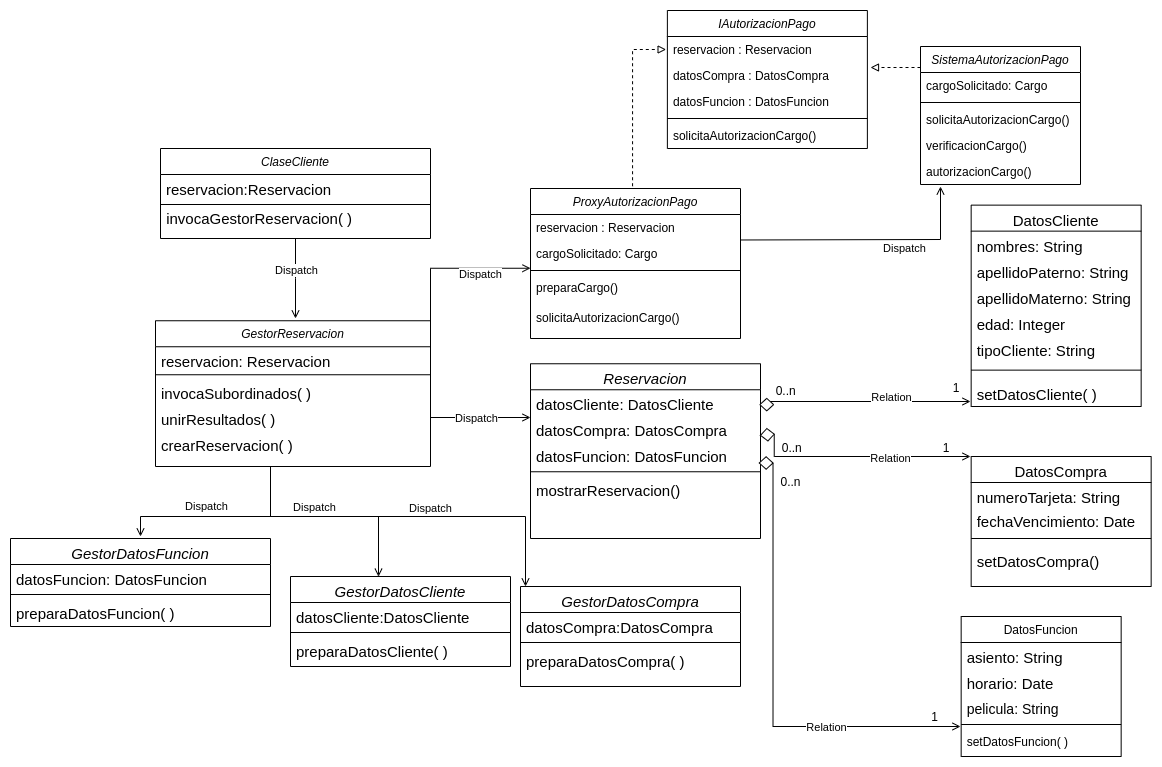
The draw.io diagram diagramas/MASTER_SLAVE_WHOLE_PART_PROXY.png in Josemarialanda/PDAS-proyecto-final, before a commit. Source tidied: cells renumbered, new cells last; positions are measured from the earlier drawing's top-left corner, leaving out a move shared by most shapes.
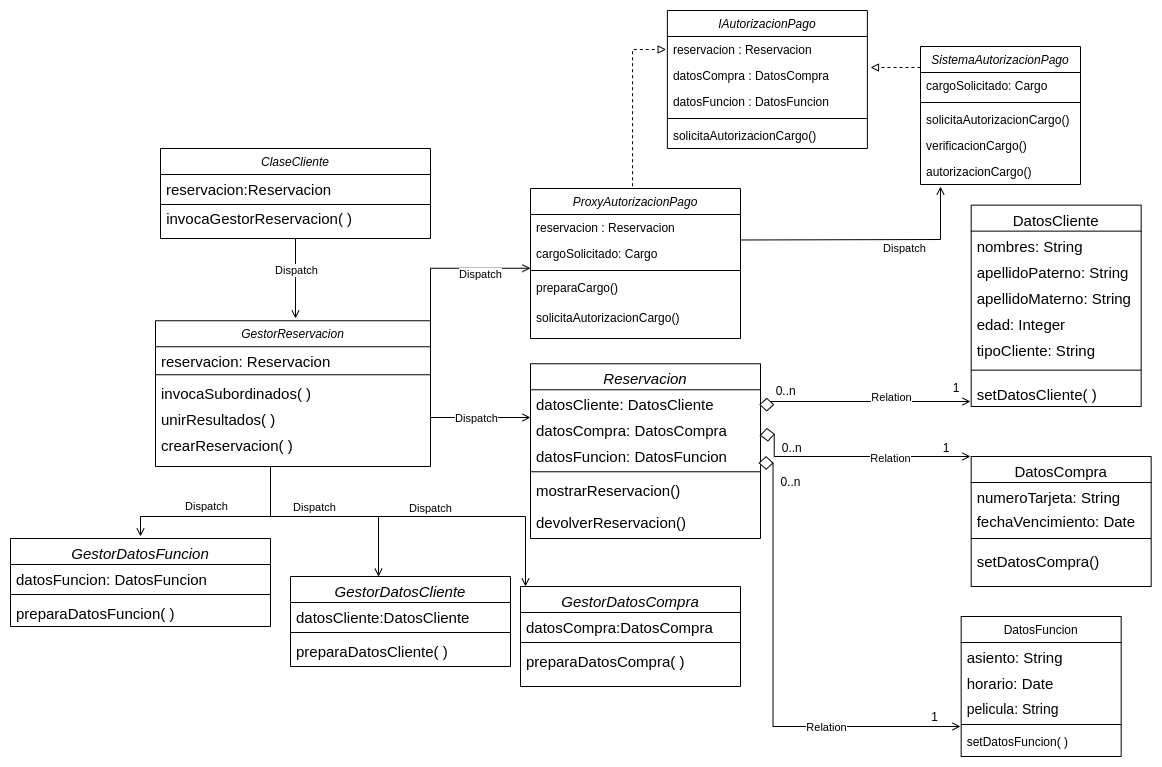
After the commit.

Commit message:
deleted useless methods, new diagram

The edit, as a diff of the source:
```diff
@@ -20,6 +20,9 @@
     <mxCell id="7" value="mostrarReservacion()" style="text;align=left;verticalAlign=top;spacingLeft=4;spacingRight=4;overflow=hidden;fontSize=15;" parent="2" vertex="1">
       <mxGeometry y="112" width="230" height="31.4" as="geometry" />
     </mxCell>
+    <mxCell id="98" value="devolverReservacion()" style="text;align=left;verticalAlign=top;spacingLeft=4;spacingRight=4;overflow=hidden;fontSize=15;" parent="2" vertex="1">
+      <mxGeometry y="143.4" width="230" height="31.4" as="geometry" />
+    </mxCell>
     <mxCell id="8" value="DatosFuncion" style="swimlane;fontStyle=0;align=center;verticalAlign=top;horizontal=1;startSize=26;rounded=0;shadow=0;strokeWidth=1;" parent="1" vertex="1">
       <mxGeometry x="950.7" y="834" width="160" height="140" as="geometry" />
     </mxCell>
```
